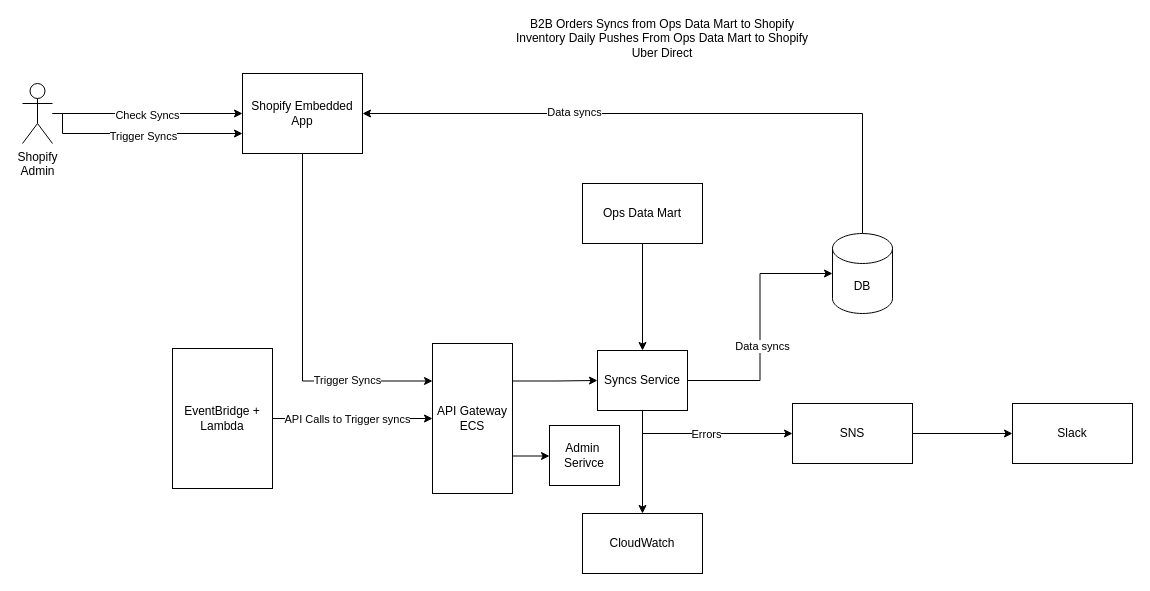
Above: page "Shopify app and syncs" (1 of 3) of Everytable_Draft_Diagrams.drawio in alexrsunrise/diagrams (draw.io), before the change. Source tidied: cells renumbered, new cells numbered last; positions are measured from the earlier drawing's top-left corner, leaving out a move shared by most shapes. Both pictures are drawn from the tidied source at 100%, with x=0, y=0 at pixel (22, 23).
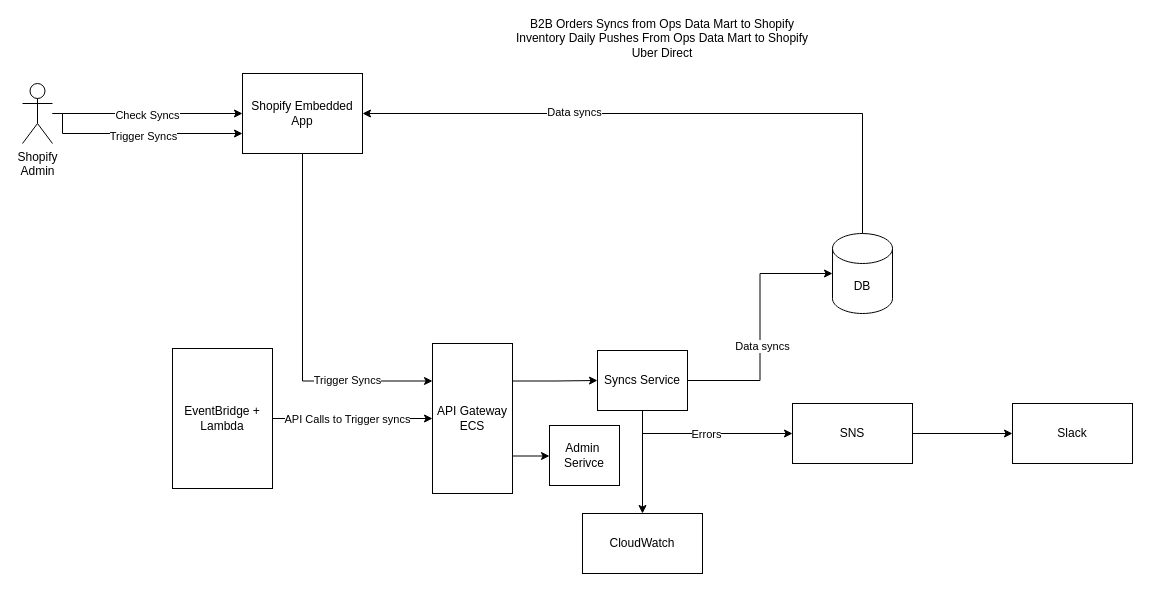
Above is the later version.

The change refers to these unchanged cells:
```xml
<mxCell id="11" value="Syncs Service" style="rounded=0;whiteSpace=wrap;html=1;" parent="1" vertex="1">
  <mxGeometry x="575" y="327" width="90" height="60" as="geometry" />
</mxCell>
```

Diff of the diagram source:
```diff
@@
-    <mxCell id="30" style="edgeStyle=orthogonalEdgeStyle;rounded=0;jettySize=auto;html=1;entryX=0.5;entryY=0;entryDx=0;entryDy=0;" parent="1" edge="1" source="31" target="11">
-      <mxGeometry relative="1" as="geometry" />
-    </mxCell>
-    <mxCell id="31" value="Ops Data Mart" style="rounded=0;whiteSpace=wrap;html=1;" parent="1" vertex="1">
-      <mxGeometry x="560" y="160" width="120" height="60" as="geometry" />
-    </mxCell>
```
